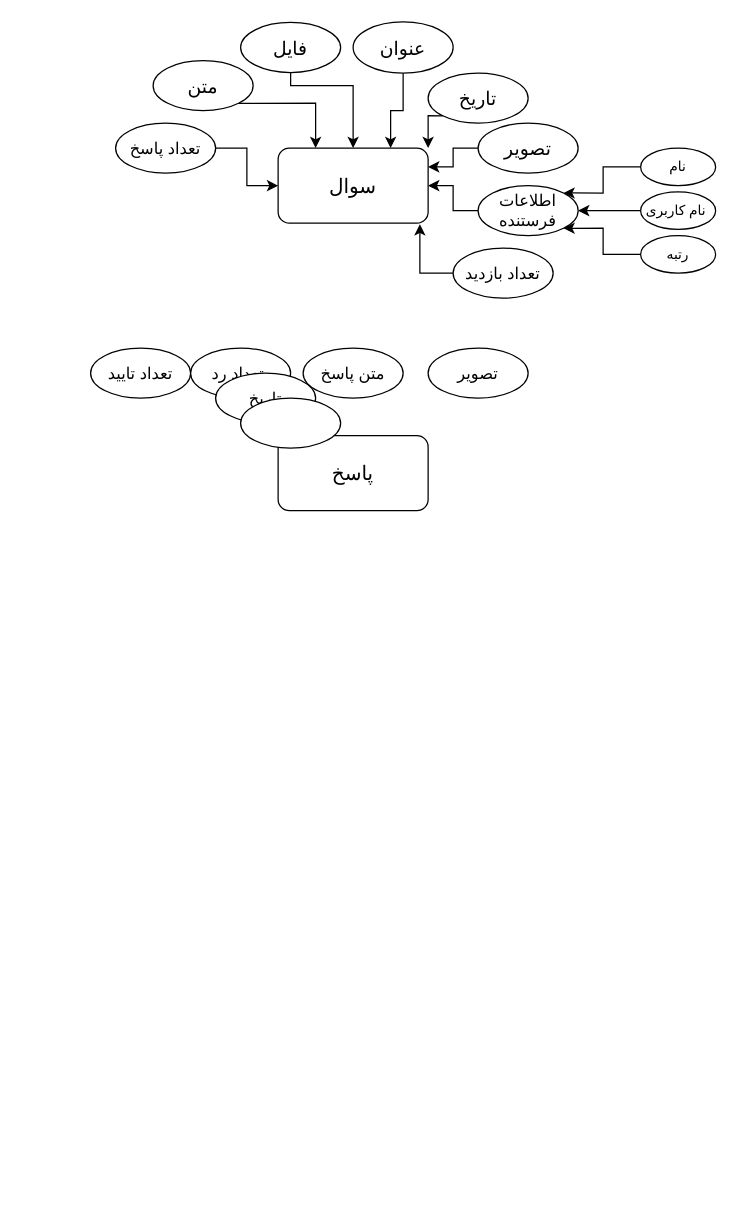
Above: Untitled Diagram.drawio in ailrezashafaee/software (draw.io), before the change. Source tidied: cells renumbered, new cells numbered last; positions are measured from the earlier drawing's top-left corner, leaving out a move shared by most shapes. Both pictures are drawn from the tidied source at 125%, with x=0, y=0 at pixel (90, 21).
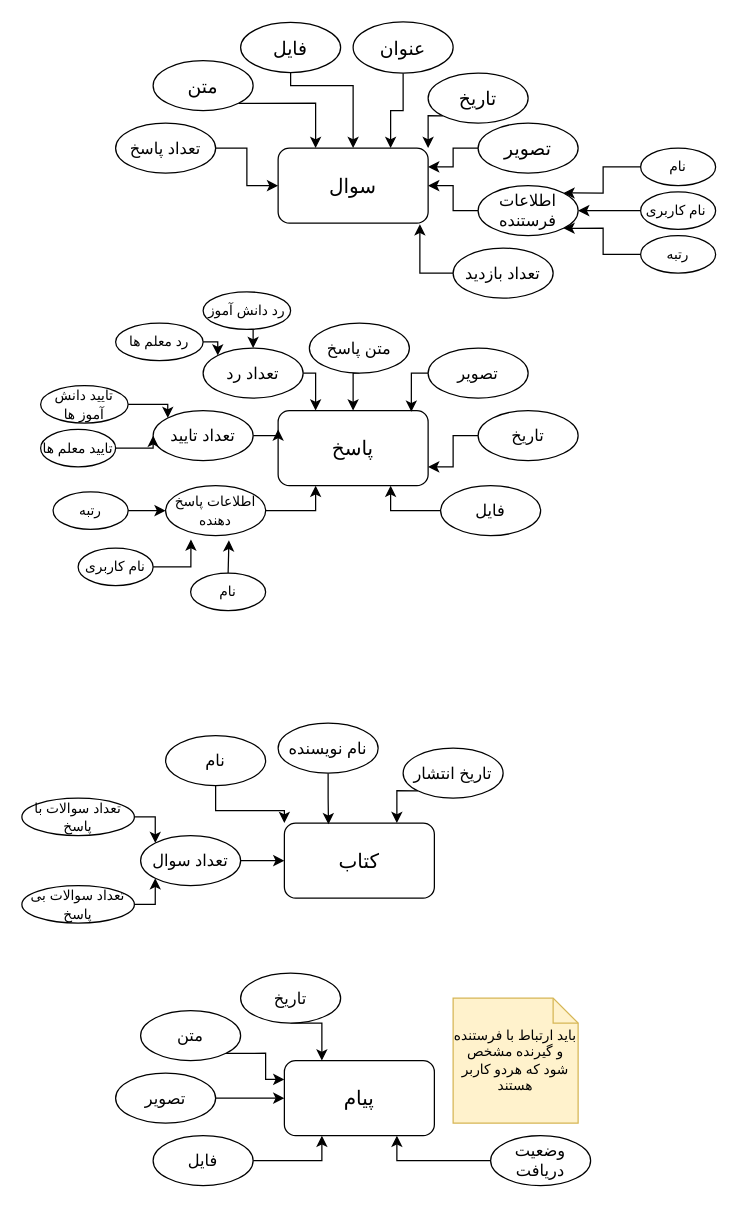
After the change.

Commit message:
book and message object added

Unchanged cells that the change refers to:
```xml
<mxCell id="25" value="&lt;span style=&quot;font-size: 13px&quot;&gt;تصویر&lt;/span&gt;" style="ellipse;whiteSpace=wrap;html=1;" parent="1" vertex="1">
  <mxGeometry x="270" y="261" width="80" height="40" as="geometry" />
</mxCell>
```

The edit, as a diff of the source:
```diff
@@
     <mxCell id="20" value="&lt;span style=&quot;font-size: 16px&quot;&gt;پاسخ&lt;/span&gt;" style="rounded=1;whiteSpace=wrap;html=1;" parent="1" vertex="1">
-      <mxGeometry x="150" y="331" width="120" height="60" as="geometry" />
+      <mxGeometry x="150" y="311" width="120" height="60" as="geometry" />
     </mxCell>
+    <mxCell id="33" style="edgeStyle=orthogonalEdgeStyle;rounded=0;jettySize=auto;html=1;exitX=1;exitY=0.5;exitDx=0;exitDy=0;entryX=0;entryY=0.25;entryDx=0;entryDy=0;fontSize=11;" parent="1" edge="1" source="21" target="20">
+      <mxGeometry relative="1" as="geometry" />
+    </mxCell>
     <mxCell id="21" value="&lt;span style=&quot;font-size: 13px&quot;&gt;تعداد&lt;/span&gt;&lt;span style=&quot;font-size: 13px&quot;&gt;&amp;nbsp;تایید&lt;/span&gt;" style="ellipse;whiteSpace=wrap;html=1;" parent="1" vertex="1">
-      <mxGeometry y="261" width="80" height="40" as="geometry" />
+      <mxGeometry x="50" y="311" width="80" height="40" as="geometry" />
     </mxCell>
+    <mxCell id="34" style="edgeStyle=orthogonalEdgeStyle;rounded=0;jettySize=auto;html=1;exitX=1;exitY=0.5;exitDx=0;exitDy=0;entryX=0.25;entryY=0;entryDx=0;entryDy=0;fontSize=11;" parent="1" edge="1" source="22" target="20">
+      <mxGeometry relative="1" as="geometry" />
+    </mxCell>
-    <mxCell id="22" value="&lt;span style=&quot;font-size: 13px&quot;&gt;تعداد رد&amp;nbsp;&lt;/span&gt;" style="ellipse;whiteSpace=wrap;html=1;" parent="1" vertex="1">
-      <mxGeometry x="80" y="261" width="80" height="40" as="geometry" />
+    <mxCell id="22" value="&lt;span style=&quot;font-size: 13px&quot;&gt;تعداد رد&lt;/span&gt;" style="ellipse;whiteSpace=wrap;html=1;" parent="1" vertex="1">
+      <mxGeometry x="90" y="261" width="80" height="40" as="geometry" />
     </mxCell>
+    <mxCell id="35" style="edgeStyle=orthogonalEdgeStyle;rounded=0;jettySize=auto;html=1;exitX=0.5;exitY=1;exitDx=0;exitDy=0;entryX=0.5;entryY=0;entryDx=0;entryDy=0;fontSize=11;" parent="1" edge="1" source="23" target="20">
+      <mxGeometry relative="1" as="geometry" />
+    </mxCell>
     <mxCell id="23" value="&lt;span style=&quot;font-size: 13px&quot;&gt;متن پاسخ&lt;/span&gt;" style="ellipse;whiteSpace=wrap;html=1;" parent="1" vertex="1">
-      <mxGeometry x="170" y="261" width="80" height="40" as="geometry" />
+      <mxGeometry x="175" y="241" width="80" height="40" as="geometry" />
     </mxCell>
+    <mxCell id="36" style="edgeStyle=orthogonalEdgeStyle;rounded=0;jettySize=auto;html=1;exitX=0;exitY=0.5;exitDx=0;exitDy=0;entryX=1;entryY=0.75;entryDx=0;entryDy=0;fontSize=11;" parent="1" edge="1" source="24" target="20">
+      <mxGeometry relative="1" as="geometry" />
+    </mxCell>
     <mxCell id="24" value="&lt;span style=&quot;font-size: 13px&quot;&gt;تاریخ&lt;/span&gt;" style="ellipse;whiteSpace=wrap;html=1;" parent="1" vertex="1">
-      <mxGeometry x="100" y="281" width="80" height="40" as="geometry" />
+      <mxGeometry x="310" y="311" width="80" height="40" as="geometry" />
     </mxCell>
+    <mxCell id="37" style="edgeStyle=orthogonalEdgeStyle;rounded=0;jettySize=auto;html=1;exitX=0;exitY=0.5;exitDx=0;exitDy=0;entryX=0.888;entryY=0.014;entryDx=0;entryDy=0;entryPerimeter=0;fontSize=11;" parent="1" edge="1" source="25" target="20">
+      <mxGeometry relative="1" as="geometry" />
+    </mxCell>
@@
-    <mxCell id="26" style="ellipse;whiteSpace=wrap;html=1;" parent="1" vertex="1">
-      <mxGeometry x="120" y="301" width="80" height="40" as="geometry" />
-    </mxCell>
@@
+    <mxCell id="38" style="edgeStyle=orthogonalEdgeStyle;rounded=0;jettySize=auto;html=1;exitX=0;exitY=0.5;exitDx=0;exitDy=0;entryX=0.75;entryY=1;entryDx=0;entryDy=0;fontSize=11;" parent="1" edge="1" source="39" target="20">
+      <mxGeometry relative="1" as="geometry" />
+    </mxCell>
+    <mxCell id="39" value="&lt;span style=&quot;font-size: 13px&quot;&gt;فایل&lt;/span&gt;" style="ellipse;whiteSpace=wrap;html=1;" parent="1" vertex="1">
+      <mxGeometry x="280" y="371" width="80" height="40" as="geometry" />
+    </mxCell>
+    <mxCell id="40" style="edgeStyle=orthogonalEdgeStyle;rounded=0;jettySize=auto;html=1;exitX=1;exitY=0.5;exitDx=0;exitDy=0;entryX=0.25;entryY=1;entryDx=0;entryDy=0;fontSize=11;" parent="1" edge="1" source="41" target="20">
+      <mxGeometry relative="1" as="geometry" />
+    </mxCell>
+    <mxCell id="41" value="&lt;font style=&quot;font-size: 11px&quot;&gt;اطلاعات پاسخ دهنده&lt;/font&gt;" style="ellipse;whiteSpace=wrap;html=1;" parent="1" vertex="1">
+      <mxGeometry x="60" y="371" width="80" height="40" as="geometry" />
+    </mxCell>
+    <mxCell id="42" style="edgeStyle=orthogonalEdgeStyle;rounded=0;jettySize=auto;html=1;exitX=1;exitY=0.5;exitDx=0;exitDy=0;entryX=0;entryY=0.5;entryDx=0;entryDy=0;fontSize=11;" parent="1" edge="1" source="43" target="41">
+      <mxGeometry relative="1" as="geometry" />
+    </mxCell>
+    <mxCell id="43" value="&lt;font style=&quot;font-size: 11px&quot;&gt;رتبه&lt;/font&gt;" style="ellipse;whiteSpace=wrap;html=1;" parent="1" vertex="1">
+      <mxGeometry x="-30" y="376" width="60" height="30" as="geometry" />
+    </mxCell>
+    <mxCell id="44" style="edgeStyle=orthogonalEdgeStyle;rounded=0;jettySize=auto;html=1;exitX=1;exitY=0.5;exitDx=0;exitDy=0;fontSize=11;entryX=0.253;entryY=1.076;entryDx=0;entryDy=0;entryPerimeter=0;" parent="1" edge="1" source="45" target="41">
+      <mxGeometry relative="1" as="geometry" />
+    </mxCell>
+    <mxCell id="45" value="&lt;font style=&quot;font-size: 11px&quot;&gt;نام کاربری&lt;br&gt;&lt;/font&gt;" style="ellipse;whiteSpace=wrap;html=1;" parent="1" vertex="1">
+      <mxGeometry x="-10" y="421" width="60" height="30" as="geometry" />
+    </mxCell>
+    <mxCell id="46" style="edgeStyle=orthogonalEdgeStyle;rounded=0;jettySize=auto;html=1;exitX=0.5;exitY=0;exitDx=0;exitDy=0;entryX=0.633;entryY=1.094;entryDx=0;entryDy=0;entryPerimeter=0;fontSize=11;" parent="1" edge="1" source="47" target="41">
+      <mxGeometry relative="1" as="geometry" />
+    </mxCell>
+    <mxCell id="47" value="&lt;font style=&quot;font-size: 11px&quot;&gt;نام&lt;/font&gt;" style="ellipse;whiteSpace=wrap;html=1;" parent="1" vertex="1">
+      <mxGeometry x="80" y="441" width="60" height="30" as="geometry" />
+    </mxCell>
+    <mxCell id="48" style="edgeStyle=orthogonalEdgeStyle;rounded=0;jettySize=auto;html=1;exitX=1;exitY=0.5;exitDx=0;exitDy=0;entryX=0;entryY=0.5;entryDx=0;entryDy=0;fontSize=11;" parent="1" edge="1" source="49" target="21">
+      <mxGeometry relative="1" as="geometry" />
+    </mxCell>
+    <mxCell id="49" value="&lt;span style=&quot;font-size: 11px&quot;&gt;تایید معلم ها&lt;/span&gt;" style="ellipse;whiteSpace=wrap;html=1;" parent="1" vertex="1">
+      <mxGeometry x="-40" y="326" width="60" height="30" as="geometry" />
+    </mxCell>
+    <mxCell id="50" style="edgeStyle=orthogonalEdgeStyle;rounded=0;jettySize=auto;html=1;exitX=1;exitY=0.5;exitDx=0;exitDy=0;entryX=0;entryY=0;entryDx=0;entryDy=0;fontSize=11;" parent="1" edge="1" source="51" target="21">
+      <mxGeometry relative="1" as="geometry" />
+    </mxCell>
+    <mxCell id="51" value="&lt;span style=&quot;font-size: 11px&quot;&gt;تایید دانش آموز ها&lt;/span&gt;" style="ellipse;whiteSpace=wrap;html=1;" parent="1" vertex="1">
+      <mxGeometry x="-40" y="291" width="70" height="30" as="geometry" />
+    </mxCell>
+    <mxCell id="52" style="edgeStyle=orthogonalEdgeStyle;rounded=0;jettySize=auto;html=1;exitX=1;exitY=0.5;exitDx=0;exitDy=0;entryX=0;entryY=0;entryDx=0;entryDy=0;fontSize=11;" parent="1" edge="1" source="53" target="22">
+      <mxGeometry relative="1" as="geometry" />
+    </mxCell>
+    <mxCell id="53" value="&lt;span style=&quot;font-size: 11px&quot;&gt;رد معلم ها&lt;/span&gt;" style="ellipse;whiteSpace=wrap;html=1;" parent="1" vertex="1">
+      <mxGeometry x="20" y="241" width="70" height="30" as="geometry" />
+    </mxCell>
+    <mxCell id="54" style="edgeStyle=orthogonalEdgeStyle;rounded=0;jettySize=auto;html=1;exitX=0.5;exitY=1;exitDx=0;exitDy=0;entryX=0.5;entryY=0;entryDx=0;entryDy=0;fontSize=11;" parent="1" edge="1" source="55" target="22">
+      <mxGeometry relative="1" as="geometry" />
+    </mxCell>
+    <mxCell id="55" value="&lt;span style=&quot;font-size: 11px&quot;&gt;رد دانش آموز&lt;/span&gt;" style="ellipse;whiteSpace=wrap;html=1;" parent="1" vertex="1">
+      <mxGeometry x="90" y="216" width="70" height="30" as="geometry" />
+    </mxCell>
+    <mxCell id="56" value="&lt;span style=&quot;font-size: 16px&quot;&gt;کتاب&lt;/span&gt;" style="rounded=1;whiteSpace=wrap;html=1;" parent="1" vertex="1">
+      <mxGeometry x="155" y="641" width="120" height="60" as="geometry" />
+    </mxCell>
+    <mxCell id="57" style="edgeStyle=orthogonalEdgeStyle;rounded=0;jettySize=auto;html=1;exitX=1;exitY=0.5;exitDx=0;exitDy=0;entryX=0;entryY=0.5;entryDx=0;entryDy=0;fontSize=11;" parent="1" edge="1" source="58" target="56">
+      <mxGeometry relative="1" as="geometry" />
+    </mxCell>
+    <mxCell id="58" value="&lt;span style=&quot;font-size: 13px&quot;&gt;تعداد سوال&lt;/span&gt;" style="ellipse;whiteSpace=wrap;html=1;" parent="1" vertex="1">
+      <mxGeometry x="40" y="651" width="80" height="40" as="geometry" />
+    </mxCell>
+    <mxCell id="59" style="edgeStyle=orthogonalEdgeStyle;rounded=0;jettySize=auto;html=1;exitX=0.5;exitY=1;exitDx=0;exitDy=0;entryX=0;entryY=0;entryDx=0;entryDy=0;fontSize=11;" parent="1" edge="1" source="60" target="56">
+      <mxGeometry relative="1" as="geometry" />
+    </mxCell>
+    <mxCell id="60" value="&lt;span style=&quot;font-size: 13px&quot;&gt;نام&lt;/span&gt;" style="ellipse;whiteSpace=wrap;html=1;" parent="1" vertex="1">
+      <mxGeometry x="60" y="571" width="80" height="40" as="geometry" />
+    </mxCell>
+    <mxCell id="61" style="edgeStyle=orthogonalEdgeStyle;rounded=0;jettySize=auto;html=1;exitX=0.5;exitY=1;exitDx=0;exitDy=0;entryX=0.294;entryY=0.016;entryDx=0;entryDy=0;entryPerimeter=0;fontSize=11;" parent="1" edge="1" source="62" target="56">
+      <mxGeometry relative="1" as="geometry" />
+    </mxCell>
+    <mxCell id="62" value="&lt;span style=&quot;font-size: 13px&quot;&gt;نام نویسنده&lt;/span&gt;" style="ellipse;whiteSpace=wrap;html=1;" parent="1" vertex="1">
+      <mxGeometry x="150" y="561" width="80" height="40" as="geometry" />
+    </mxCell>
+    <mxCell id="63" style="edgeStyle=orthogonalEdgeStyle;rounded=0;jettySize=auto;html=1;exitX=0;exitY=1;exitDx=0;exitDy=0;entryX=0.75;entryY=0;entryDx=0;entryDy=0;fontSize=11;" parent="1" edge="1" source="64" target="56">
+      <mxGeometry relative="1" as="geometry" />
+    </mxCell>
+    <mxCell id="64" value="&lt;span style=&quot;font-size: 13px&quot;&gt;تاریخ انتشار&lt;/span&gt;" style="ellipse;whiteSpace=wrap;html=1;" parent="1" vertex="1">
+      <mxGeometry x="250" y="581" width="80" height="40" as="geometry" />
+    </mxCell>
+    <mxCell id="65" style="edgeStyle=orthogonalEdgeStyle;rounded=0;jettySize=auto;html=1;exitX=1;exitY=0.5;exitDx=0;exitDy=0;entryX=0;entryY=0;entryDx=0;entryDy=0;fontSize=11;" parent="1" edge="1" source="66" target="58">
+      <mxGeometry relative="1" as="geometry" />
+    </mxCell>
+    <mxCell id="66" value="&lt;font style=&quot;font-size: 11px&quot;&gt;تعداد سوالات با پاسخ&lt;/font&gt;" style="ellipse;whiteSpace=wrap;html=1;" parent="1" vertex="1">
+      <mxGeometry x="-55" y="621" width="90" height="30" as="geometry" />
+    </mxCell>
+    <mxCell id="67" style="edgeStyle=orthogonalEdgeStyle;rounded=0;jettySize=auto;html=1;exitX=1;exitY=0.5;exitDx=0;exitDy=0;entryX=0;entryY=1;entryDx=0;entryDy=0;fontSize=11;" parent="1" edge="1" source="68" target="58">
+      <mxGeometry relative="1" as="geometry" />
+    </mxCell>
+    <mxCell id="68" value="&lt;font style=&quot;font-size: 11px&quot;&gt;تعداد سوالات بی پاسخ&lt;/font&gt;" style="ellipse;whiteSpace=wrap;html=1;" parent="1" vertex="1">
+      <mxGeometry x="-55" y="691" width="90" height="30" as="geometry" />
+    </mxCell>
+    <mxCell id="69" style="edgeStyle=orthogonalEdgeStyle;rounded=0;jettySize=auto;html=1;exitX=0.75;exitY=1;exitDx=0;exitDy=0;fontSize=11;" parent="1" edge="1" source="70">
+      <mxGeometry relative="1" as="geometry">
+        <mxPoint x="245.4" y="891.4" as="targetPoint" />
+      </mxGeometry>
+    </mxCell>
+    <mxCell id="70" value="&lt;span style=&quot;font-size: 16px&quot;&gt;پیام&lt;/span&gt;" style="rounded=1;whiteSpace=wrap;html=1;" parent="1" vertex="1">
+      <mxGeometry x="155" y="831" width="120" height="60" as="geometry" />
+    </mxCell>
+    <mxCell id="71" style="edgeStyle=orthogonalEdgeStyle;rounded=0;jettySize=auto;html=1;exitX=1;exitY=1;exitDx=0;exitDy=0;entryX=0;entryY=0.25;entryDx=0;entryDy=0;fontSize=11;" parent="1" edge="1" source="72" target="70">
+      <mxGeometry relative="1" as="geometry" />
+    </mxCell>
+    <mxCell id="72" value="&lt;span style=&quot;font-size: 13px&quot;&gt;متن&lt;/span&gt;" style="ellipse;whiteSpace=wrap;html=1;" parent="1" vertex="1">
+      <mxGeometry x="40" y="791" width="80" height="40" as="geometry" />
+    </mxCell>
+    <mxCell id="73" style="edgeStyle=orthogonalEdgeStyle;rounded=0;jettySize=auto;html=1;exitX=0.5;exitY=1;exitDx=0;exitDy=0;entryX=0.25;entryY=0;entryDx=0;entryDy=0;fontSize=11;" parent="1" edge="1" source="74" target="70">
+      <mxGeometry relative="1" as="geometry" />
+    </mxCell>
+    <mxCell id="74" value="&lt;span style=&quot;font-size: 13px&quot;&gt;تاریخ&lt;/span&gt;" style="ellipse;whiteSpace=wrap;html=1;" parent="1" vertex="1">
+      <mxGeometry x="120" y="761" width="80" height="40" as="geometry" />
+    </mxCell>
+    <mxCell id="75" style="edgeStyle=orthogonalEdgeStyle;rounded=0;jettySize=auto;html=1;fontSize=11;" parent="1" edge="1" source="76" target="70">
+      <mxGeometry relative="1" as="geometry" />
+    </mxCell>
+    <mxCell id="76" value="&lt;span style=&quot;font-size: 13px&quot;&gt;تصویر&lt;/span&gt;" style="ellipse;whiteSpace=wrap;html=1;" parent="1" vertex="1">
+      <mxGeometry x="20" y="841" width="80" height="40" as="geometry" />
+    </mxCell>
+    <mxCell id="77" style="edgeStyle=orthogonalEdgeStyle;rounded=0;jettySize=auto;html=1;exitX=1;exitY=0.5;exitDx=0;exitDy=0;entryX=0.25;entryY=1;entryDx=0;entryDy=0;fontSize=11;" parent="1" edge="1" source="78" target="70">
+      <mxGeometry relative="1" as="geometry" />
+    </mxCell>
+    <mxCell id="78" value="&lt;span style=&quot;font-size: 13px&quot;&gt;فایل&lt;/span&gt;" style="ellipse;whiteSpace=wrap;html=1;" parent="1" vertex="1">
+      <mxGeometry x="50" y="891" width="80" height="40" as="geometry" />
+    </mxCell>
+    <mxCell id="79" style="edgeStyle=orthogonalEdgeStyle;rounded=0;jettySize=auto;html=1;exitX=0;exitY=0.5;exitDx=0;exitDy=0;entryX=0.75;entryY=1;entryDx=0;entryDy=0;fontSize=11;" parent="1" edge="1" source="80" target="70">
+      <mxGeometry relative="1" as="geometry" />
+    </mxCell>
+    <mxCell id="80" value="&lt;span style=&quot;font-size: 13px&quot;&gt;وضعیت دریافت&lt;/span&gt;" style="ellipse;whiteSpace=wrap;html=1;" parent="1" vertex="1">
+      <mxGeometry x="320" y="891" width="80" height="40" as="geometry" />
+    </mxCell>
+    <mxCell id="81" value="باید ارتباط با فرستنده و گیرنده مشخص شود که هردو کاربر هستند" style="shape=note;size=20;whiteSpace=wrap;html=1;fontSize=11;fillColor=#fff2cc;strokeColor=#d6b656;" parent="1" vertex="1">
+      <mxGeometry x="290" y="781" width="100" height="100" as="geometry" />
+    </mxCell>
```
